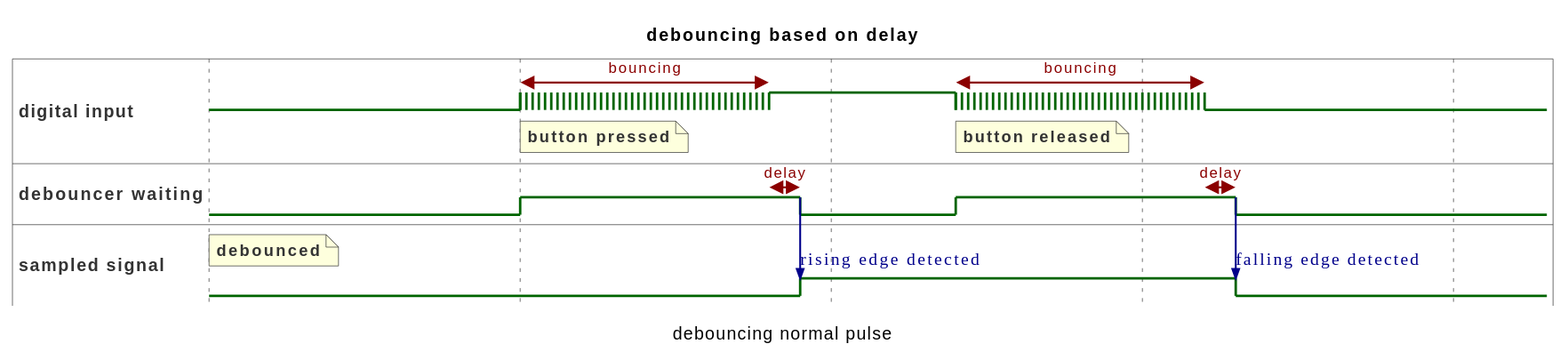
The PlantUML diagram feature/113-fix-debouncing-algorithm-with-FreeRTOS/inline_umlgraph_3.svg in dhebbeker/task-tracker, before a commit. The source it was exported from:
```plantuml
@startuml
title debouncing based on delay
caption debouncing normal pulse
hide time-axis
scale 1 as 250 pixels
binary "digital input" as D
binary "debouncer waiting" as W
binary "sampled signal" as B

@0
D is low
note top of B : debounced
B is low
@+1
D is {low,high}
W is high
note bottom of D : button pressed
D@+0 <-> @+0.8 : bouncing
@+0.8
W@+0 <-> @+0.1 : delay
D is high
@+0.1
W is low
W -> B : rising edge detected
B is high
@+0.5
note bottom of D : button released
D is {low,high}
W is high
D@+0 <-> @+0.8 : bouncing
@+0.8
D is low
W@+0 <-> @+0.1 : delay
@+0.1
W is low
W -> B : falling edge detected
B is low
@enduml
```
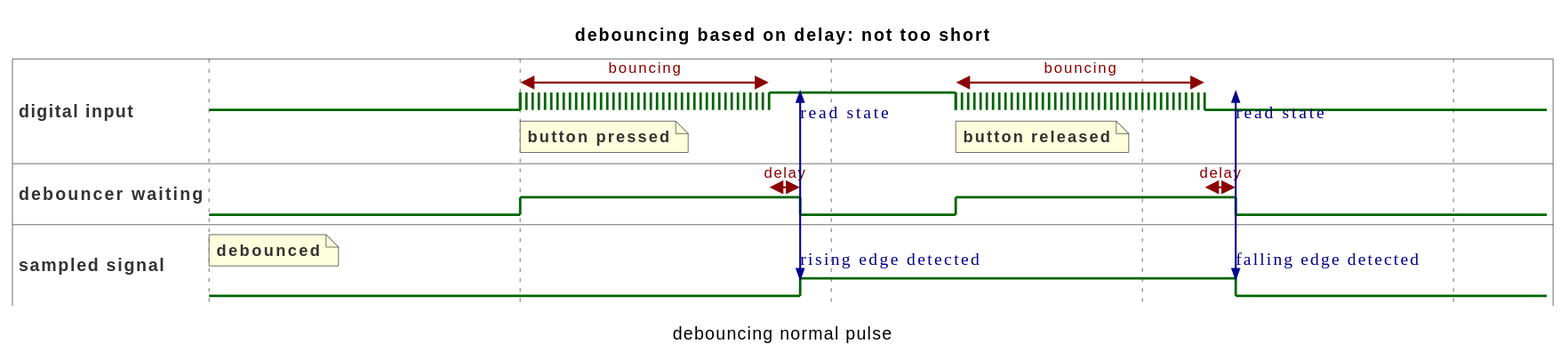
The same file after the commit.

Diff of the diagram source:
```diff
@@ -1,5 +1,5 @@
 @startuml
-title debouncing based on delay
+title debouncing based on delay: not too short
 caption debouncing normal pulse
 hide time-axis
 scale 1 as 250 pixels
@@ -21,6 +21,7 @@
 D is high
 @+0.1
 W is low
+W -> D : read state
 W -> B : rising edge detected
 B is high
 @+0.5
@@ -33,6 +34,7 @@
 W@+0 <-> @+0.1 : delay
 @+0.1
 W is low
+W -> D : read state
 W -> B : falling edge detected
 B is low
 @enduml
```
